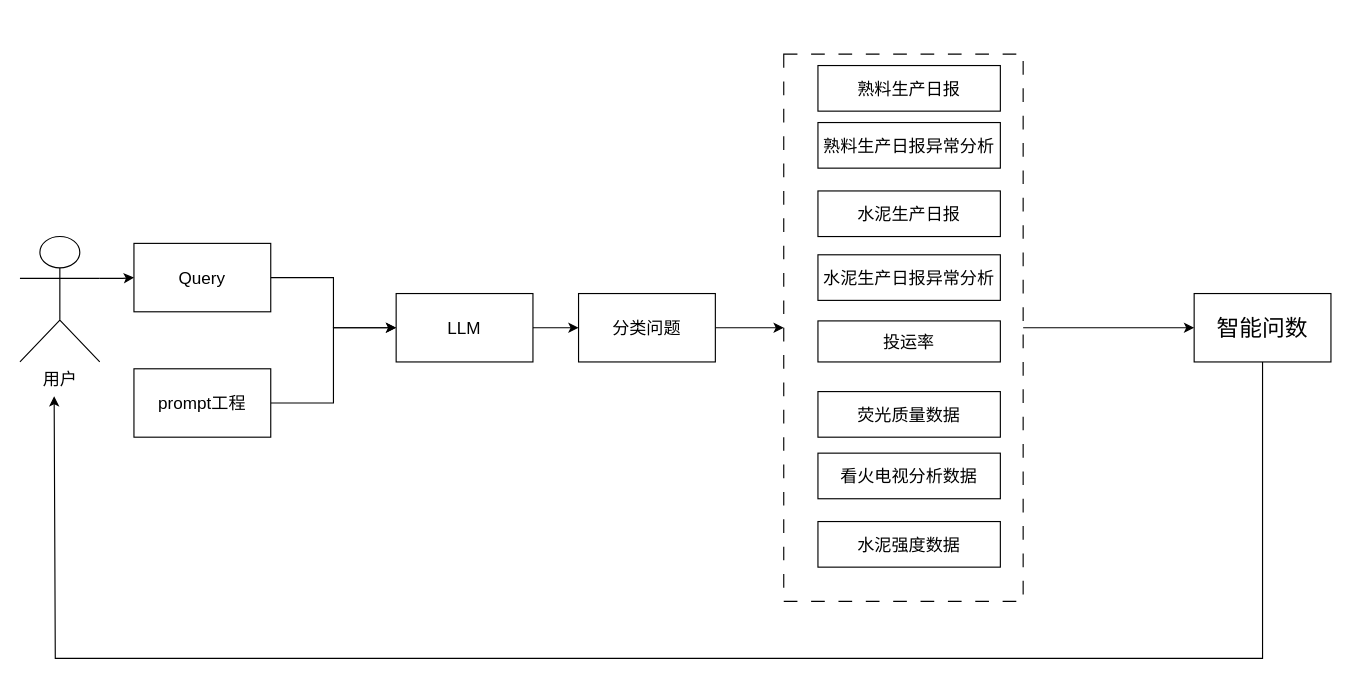
729973389/picture keeps this draw.io diagram as 投运率流程图.drawio. Above is the earlier version. Source tidied: cells renumbered, new cells numbered last; positions are measured from the earlier drawing's top-left corner, leaving out a move shared by most shapes. Both pictures are drawn from the tidied source at 114%, with x=0, y=0 at pixel (19, 54).
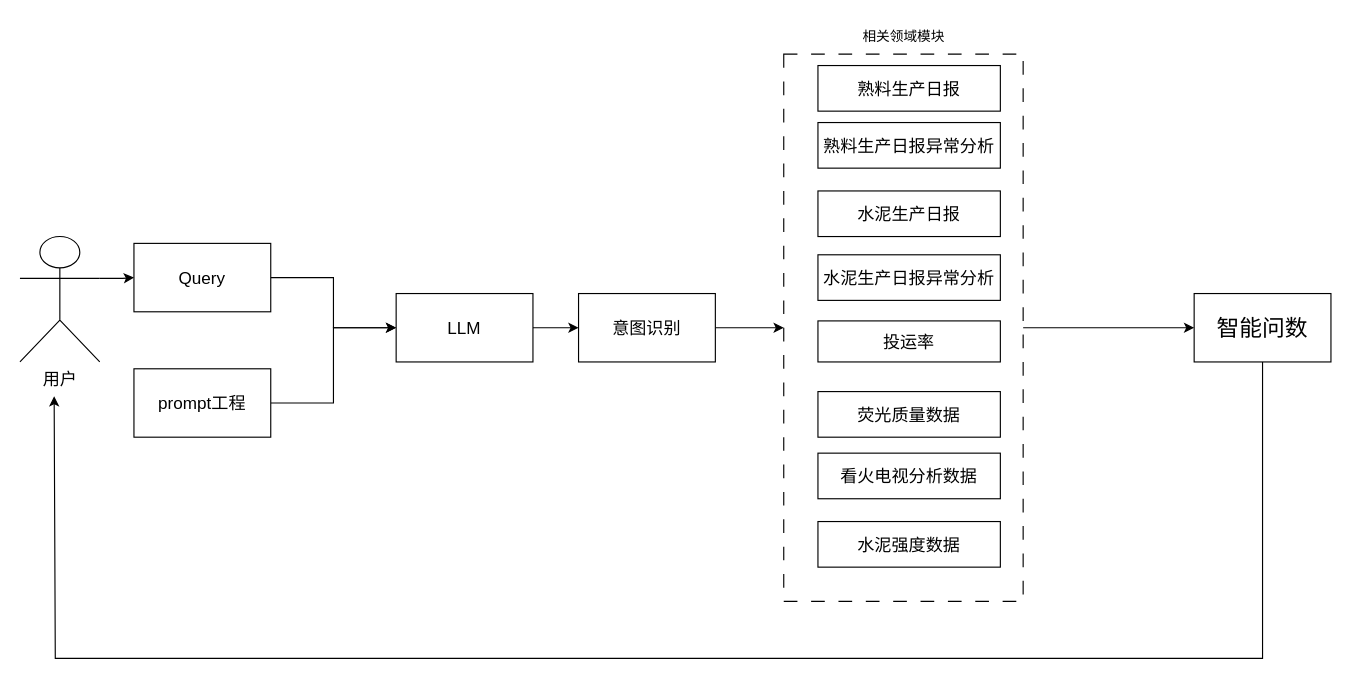
Above is the later version.

Commit message:
更新投运率流程图.drawio

What changed in the source:
```diff
@@
-    <mxCell id="9" value="分类问题" style="rounded=0;whiteSpace=wrap;html=1;fontSize=15;" parent="1" vertex="1">
+    <mxCell id="9" value="意图识别" style="rounded=0;whiteSpace=wrap;html=1;fontSize=15;" parent="1" vertex="1">
       <mxGeometry x="490" y="210" width="120" height="60" as="geometry" />
     </mxCell>
@@
+    <mxCell id="24" value="相关领域模块" style="text;html=1;align=center;verticalAlign=middle;whiteSpace=wrap;rounded=0;" parent="1" vertex="1">
+      <mxGeometry x="727.5" y="-30" width="95" height="30" as="geometry" />
+    </mxCell>
```
